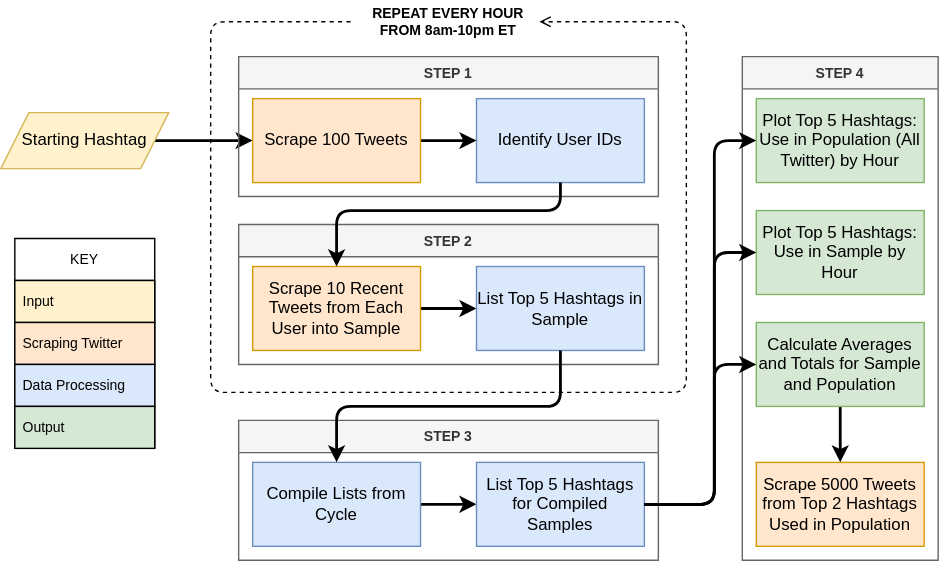
Above: auotmation_diagram.drawio.svg in tmills107/PopHashtagIdentify (draw.io), before the change. Source tidied: cells renumbered, new cells last; positions are measured from the earlier drawing's top-left corner, leaving out a move shared by most shapes.
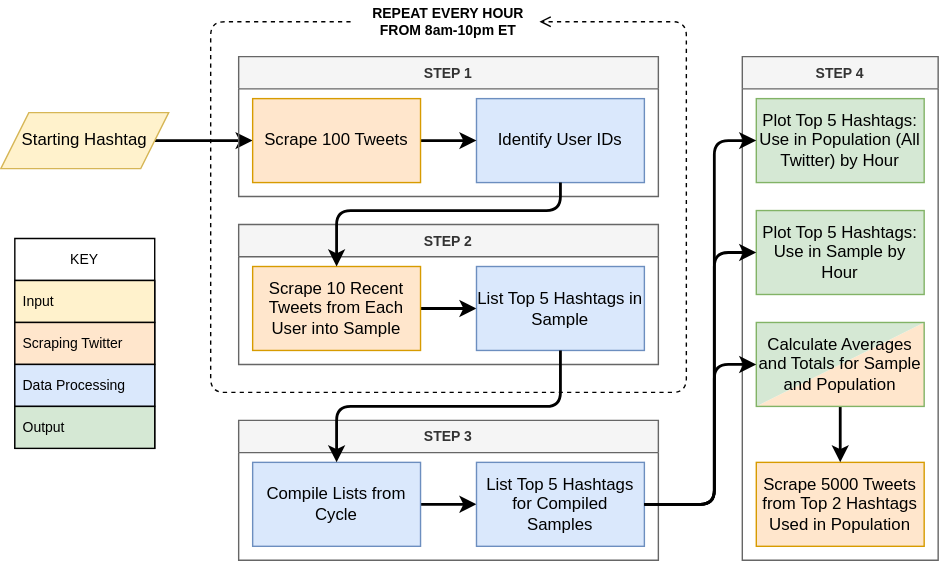
The same diagram one commit later.

Diff of the diagram source:
```diff
@@ -64,11 +64,22 @@
     <mxCell id="19" value="Plot Top 5 Hashtags: Use in Sample by Hour" style="whiteSpace=wrap;html=1;rounded=0;fillColor=#d5e8d4;strokeColor=#82b366;" parent="16" vertex="1">
       <mxGeometry x="10" y="110" width="120" height="60" as="geometry" />
     </mxCell>
-    <mxCell id="20" style="edgeStyle=none;html=1;exitX=0.5;exitY=1;exitDx=0;exitDy=0;entryX=0.5;entryY=0;entryDx=0;entryDy=0;strokeWidth=2;" parent="16" edge="1" source="21" target="17">
-      <mxGeometry relative="1" as="geometry" />
+    <mxCell id="20" style="edgeStyle=none;html=1;exitX=0.5;exitY=1;exitDx=0;exitDy=0;entryX=0.5;entryY=0;entryDx=0;entryDy=0;strokeWidth=2;" parent="16" edge="1" target="17">
+      <mxGeometry relative="1" as="geometry">
+        <mxPoint x="70" y="250" as="sourcePoint" />
+      </mxGeometry>
     </mxCell>
+    <mxCell id="34" style="group;" parent="16" vertex="1">
+      <mxGeometry x="10" y="190" width="120" height="60" as="geometry" />
+    </mxCell>
+    <mxCell id="35" style="shape=manualInput;whiteSpace=wrap;html=1;fillColor=#ffe6cc;gradientDirection=south;size=80;strokeColor=none;" parent="34" vertex="1">
+      <mxGeometry width="120" height="60" as="geometry" />
+    </mxCell>
+    <mxCell id="36" style="shape=manualInput;whiteSpace=wrap;html=1;fillColor=#d5e8d4;gradientDirection=south;size=80;rotation=-180;strokeColor=none;" parent="34" vertex="1">
+      <mxGeometry width="120" height="60" as="geometry" />
+    </mxCell>
-    <mxCell id="21" value="Calculate Averages and Totals for Sample and Population&amp;nbsp;" style="whiteSpace=wrap;html=1;rounded=0;fillColor=#d5e8d4;strokeColor=#82b366;" parent="16" vertex="1">
-      <mxGeometry x="10" y="190" width="120" height="60" as="geometry" />
+    <mxCell id="21" value="&lt;span style=&quot;color: rgb(0 , 0 , 0) ; font-family: &amp;#34;helvetica&amp;#34; ; font-size: 12px ; font-style: normal ; font-weight: 400 ; letter-spacing: normal ; text-align: center ; text-indent: 0px ; text-transform: none ; word-spacing: 0px ; display: inline ; float: none&quot;&gt;Calculate Averages and Totals for Sample and Population&amp;nbsp;&lt;/span&gt;" style="whiteSpace=wrap;html=1;rounded=0;fillColor=none;strokeColor=#82b366;gradientColor=#FFE6CC;gradientDirection=south;" parent="34" vertex="1">
+      <mxGeometry width="120" height="60" as="geometry" />
     </mxCell>
     <mxCell id="22" value="KEY" style="swimlane;fontStyle=0;horizontal=1;startSize=30;rounded=0;fontSize=10;fillColor=none;strokeColor=#000000;" parent="1" vertex="1">
       <mxGeometry x="10" y="170" width="100" height="150" as="geometry" />
@@ -123,8 +134,9 @@
         </Array>
       </mxGeometry>
     </mxCell>
-    <mxCell id="33" style="edgeStyle=none;html=1;exitX=1;exitY=0.5;exitDx=0;exitDy=0;entryX=0;entryY=0.5;entryDx=0;entryDy=0;strokeWidth=2;" parent="1" edge="1" source="15" target="21">
+    <mxCell id="33" style="edgeStyle=none;html=1;exitX=1;exitY=0.5;exitDx=0;exitDy=0;entryX=0;entryY=0.5;entryDx=0;entryDy=0;strokeWidth=2;" parent="1" edge="1" source="15">
       <mxGeometry relative="1" as="geometry">
+        <mxPoint x="540" y="260" as="targetPoint" />
         <Array as="points">
           <mxPoint x="510" y="360" />
           <mxPoint x="510" y="260" />
```
